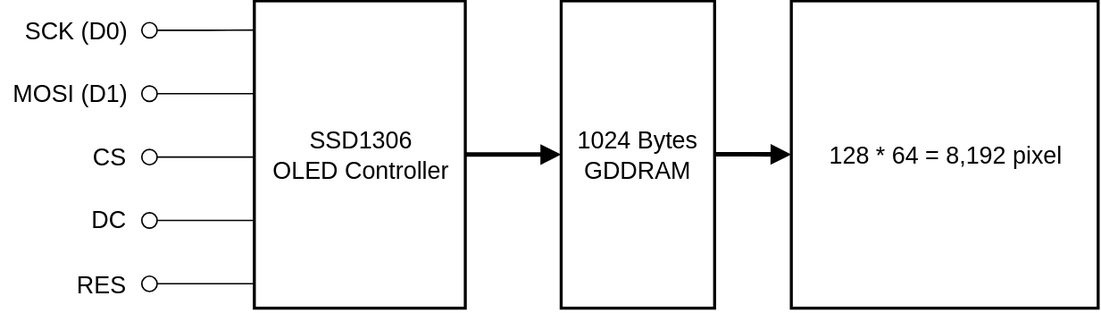
The draw.io diagram Images/SSD1306_SPI_Interface.svg in 016Rusneeda/Week-09-SPI-OLED-and-Kestrel-UI, before a commit. Source tidied: cells renumbered, new cells last; positions are measured from the earlier drawing's top-left corner, leaving out a move shared by most shapes.
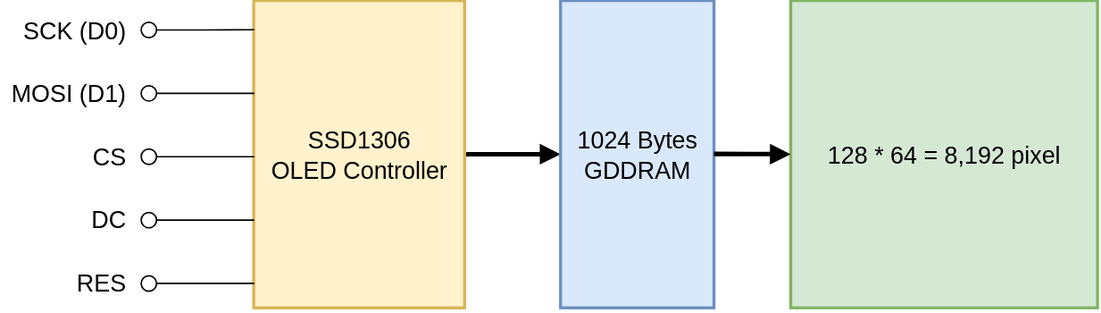
The same file after the commit.

The edit, as a diff of the source:
```diff
@@ -2,81 +2,78 @@
   <root>
     <mxCell id="0" />
     <mxCell id="1" parent="0" />
-    <mxCell id="2" style="group;" parent="1" vertex="1">
-      <mxGeometry x="10" y="-0.2" width="722.5" height="207.2" as="geometry" />
-    </mxCell>
-    <mxCell id="3" style="edgeStyle=orthogonalEdgeStyle;rounded=0;jettySize=auto;html=1;exitX=1;exitY=0.5;exitDx=0;exitDy=0;entryX=0;entryY=0.5;entryDx=0;entryDy=0;strokeWidth=3;endArrow=block;endFill=1;fontSize=16;" parent="2" edge="1" source="4" target="20">
+    <mxCell id="3" style="edgeStyle=orthogonalEdgeStyle;rounded=0;jettySize=auto;html=1;exitX=1;exitY=0.5;exitDx=0;exitDy=0;entryX=0;entryY=0.5;entryDx=0;entryDy=0;strokeWidth=3;endArrow=block;endFill=1;fontSize=16;" parent="1" edge="1" source="4" target="20">
       <mxGeometry relative="1" as="geometry" />
     </mxCell>
-    <mxCell id="4" value="&lt;div&gt;SSD1306 &lt;br&gt;OLED Controller&lt;/div&gt;" style="whiteSpace=wrap;html=1;strokeWidth=2;fontSize=16;" parent="2" vertex="1">
-      <mxGeometry x="159.9" width="140.7" height="204.6" as="geometry" />
+    <mxCell id="4" value="&lt;div&gt;SSD1306 &lt;br&gt;OLED Controller&lt;/div&gt;" style="whiteSpace=wrap;html=1;strokeWidth=2;fontSize=16;fillColor=#fff2cc;strokeColor=#d6b656;" parent="1" vertex="1">
+      <mxGeometry x="169.9" y="-0.2" width="140.7" height="204.6" as="geometry" />
     </mxCell>
-    <mxCell id="5" value="MOSI (D1)" style="text;html=1;whiteSpace=wrap;strokeColor=none;fillColor=none;align=right;verticalAlign=middle;rounded=0;fontSize=16;" parent="2" vertex="1">
-      <mxGeometry x="-10" y="42.2" width="86.7" height="38.4" as="geometry" />
+    <mxCell id="5" value="MOSI (D1)" style="text;html=1;whiteSpace=wrap;strokeColor=none;fillColor=none;align=right;verticalAlign=middle;rounded=0;fontSize=16;" parent="1" vertex="1">
+      <mxGeometry y="42" width="86.7" height="38.4" as="geometry" />
     </mxCell>
-    <mxCell id="6" value="SCK (D0)" style="text;html=1;whiteSpace=wrap;strokeColor=none;fillColor=none;align=right;verticalAlign=middle;rounded=0;fontSize=16;" parent="2" vertex="1">
-      <mxGeometry width="76.7" height="38.4" as="geometry" />
+    <mxCell id="6" value="SCK (D0)" style="text;html=1;whiteSpace=wrap;strokeColor=none;fillColor=none;align=right;verticalAlign=middle;rounded=0;fontSize=16;" parent="1" vertex="1">
+      <mxGeometry x="10" y="-0.2" width="76.7" height="38.4" as="geometry" />
     </mxCell>
-    <mxCell id="7" value="CS" style="text;html=1;whiteSpace=wrap;strokeColor=none;fillColor=none;align=right;verticalAlign=middle;rounded=0;fontSize=16;" parent="2" vertex="1">
-      <mxGeometry x="38.4" y="84.4" width="38.4" height="38.4" as="geometry" />
+    <mxCell id="7" value="CS" style="text;html=1;whiteSpace=wrap;strokeColor=none;fillColor=none;align=right;verticalAlign=middle;rounded=0;fontSize=16;" parent="1" vertex="1">
+      <mxGeometry x="48.4" y="84.2" width="38.4" height="38.4" as="geometry" />
     </mxCell>
-    <mxCell id="8" value="DC" style="text;html=1;whiteSpace=wrap;strokeColor=none;fillColor=none;align=right;verticalAlign=middle;rounded=0;fontSize=16;" parent="2" vertex="1">
-      <mxGeometry x="38.4" y="126.6" width="38.4" height="38.4" as="geometry" />
+    <mxCell id="8" value="DC" style="text;html=1;whiteSpace=wrap;strokeColor=none;fillColor=none;align=right;verticalAlign=middle;rounded=0;fontSize=16;" parent="1" vertex="1">
+      <mxGeometry x="48.4" y="126.4" width="38.4" height="38.4" as="geometry" />
     </mxCell>
-    <mxCell id="9" value="RES" style="text;html=1;whiteSpace=wrap;strokeColor=none;fillColor=none;align=right;verticalAlign=middle;rounded=0;fontSize=16;" parent="2" vertex="1">
-      <mxGeometry x="38.4" y="168.8" width="38.4" height="38.4" as="geometry" />
+    <mxCell id="9" value="RES" style="text;html=1;whiteSpace=wrap;strokeColor=none;fillColor=none;align=right;verticalAlign=middle;rounded=0;fontSize=16;" parent="1" vertex="1">
+      <mxGeometry x="48.4" y="168.6" width="38.4" height="38.4" as="geometry" />
     </mxCell>
-    <mxCell id="10" style="verticalLabelPosition=bottom;shadow=0;dashed=0;align=center;html=1;verticalAlign=top;shape=mxgraph.electrical.logic_gates.inverting_contact;flipV=1;legacyAnchorPoints=0;fontSize=16;" parent="2" vertex="1">
-      <mxGeometry x="83.1" y="12.8" width="12.8" height="12.8" as="geometry" />
+    <mxCell id="10" style="verticalLabelPosition=bottom;shadow=0;dashed=0;align=center;html=1;verticalAlign=top;shape=mxgraph.electrical.logic_gates.inverting_contact;flipV=1;legacyAnchorPoints=0;fontSize=16;" parent="1" vertex="1">
+      <mxGeometry x="93.1" y="12.6" width="12.8" height="12.8" as="geometry" />
     </mxCell>
-    <mxCell id="11" style="verticalLabelPosition=bottom;shadow=0;dashed=0;align=center;html=1;verticalAlign=top;shape=mxgraph.electrical.logic_gates.inverting_contact;flipV=1;legacyAnchorPoints=0;fontSize=16;" parent="2" vertex="1">
-      <mxGeometry x="83.1" y="55" width="12.8" height="12.8" as="geometry" />
+    <mxCell id="11" style="verticalLabelPosition=bottom;shadow=0;dashed=0;align=center;html=1;verticalAlign=top;shape=mxgraph.electrical.logic_gates.inverting_contact;flipV=1;legacyAnchorPoints=0;fontSize=16;" parent="1" vertex="1">
+      <mxGeometry x="93.1" y="54.8" width="12.8" height="12.8" as="geometry" />
     </mxCell>
-    <mxCell id="12" style="verticalLabelPosition=bottom;shadow=0;dashed=0;align=center;html=1;verticalAlign=top;shape=mxgraph.electrical.logic_gates.inverting_contact;flipV=1;legacyAnchorPoints=0;fontSize=16;" parent="2" vertex="1">
-      <mxGeometry x="83.1" y="97.2" width="12.8" height="12.8" as="geometry" />
+    <mxCell id="12" style="verticalLabelPosition=bottom;shadow=0;dashed=0;align=center;html=1;verticalAlign=top;shape=mxgraph.electrical.logic_gates.inverting_contact;flipV=1;legacyAnchorPoints=0;fontSize=16;" parent="1" vertex="1">
+      <mxGeometry x="93.1" y="97" width="12.8" height="12.8" as="geometry" />
     </mxCell>
-    <mxCell id="13" style="verticalLabelPosition=bottom;shadow=0;dashed=0;align=center;html=1;verticalAlign=top;shape=mxgraph.electrical.logic_gates.inverting_contact;flipV=1;legacyAnchorPoints=0;fontSize=16;" parent="2" vertex="1">
-      <mxGeometry x="83.1" y="139.4" width="12.8" height="12.8" as="geometry" />
+    <mxCell id="13" style="verticalLabelPosition=bottom;shadow=0;dashed=0;align=center;html=1;verticalAlign=top;shape=mxgraph.electrical.logic_gates.inverting_contact;flipV=1;legacyAnchorPoints=0;fontSize=16;" parent="1" vertex="1">
+      <mxGeometry x="93.1" y="139.2" width="12.8" height="12.8" as="geometry" />
     </mxCell>
-    <mxCell id="14" style="verticalLabelPosition=bottom;shadow=0;dashed=0;align=center;html=1;verticalAlign=top;shape=mxgraph.electrical.logic_gates.inverting_contact;flipV=1;legacyAnchorPoints=0;fontSize=16;" parent="2" vertex="1">
-      <mxGeometry x="83.1" y="181.6" width="12.8" height="12.8" as="geometry" />
+    <mxCell id="14" style="verticalLabelPosition=bottom;shadow=0;dashed=0;align=center;html=1;verticalAlign=top;shape=mxgraph.electrical.logic_gates.inverting_contact;flipV=1;legacyAnchorPoints=0;fontSize=16;" parent="1" vertex="1">
+      <mxGeometry x="93.1" y="181.4" width="12.8" height="12.8" as="geometry" />
     </mxCell>
-    <mxCell id="15" style="edgeStyle=orthogonalEdgeStyle;rounded=0;jettySize=auto;html=1;exitX=0.9;exitY=0.5;exitDx=0;exitDy=0;exitPerimeter=0;entryX=0;entryY=0.093;entryDx=0;entryDy=0;entryPerimeter=0;endArrow=none;endFill=0;fontSize=16;" parent="2" edge="1" source="10" target="4">
+    <mxCell id="15" style="edgeStyle=orthogonalEdgeStyle;rounded=0;jettySize=auto;html=1;exitX=0.9;exitY=0.5;exitDx=0;exitDy=0;exitPerimeter=0;entryX=0;entryY=0.093;entryDx=0;entryDy=0;entryPerimeter=0;endArrow=none;endFill=0;fontSize=16;" parent="1" edge="1" source="10" target="4">
       <mxGeometry relative="1" as="geometry" />
     </mxCell>
-    <mxCell id="16" style="edgeStyle=orthogonalEdgeStyle;rounded=0;orthogonalLoop=1;jettySize=auto;html=1;exitX=0.9;exitY=0.5;exitDx=0;exitDy=0;exitPerimeter=0;entryX=0;entryY=0.093;entryDx=0;entryDy=0;entryPerimeter=0;endArrow=none;endFill=0;fontSize=16;" parent="2" edge="1">
+    <mxCell id="16" style="edgeStyle=orthogonalEdgeStyle;rounded=0;orthogonalLoop=1;jettySize=auto;html=1;exitX=0.9;exitY=0.5;exitDx=0;exitDy=0;exitPerimeter=0;entryX=0;entryY=0.093;entryDx=0;entryDy=0;entryPerimeter=0;endArrow=none;endFill=0;fontSize=16;" parent="1" edge="1">
       <mxGeometry relative="1" as="geometry">
-        <mxPoint x="94.6" y="61.4" as="sourcePoint" />
-        <mxPoint x="159.9" y="61.4" as="targetPoint" />
+        <mxPoint x="104.6" y="61.2" as="sourcePoint" />
+        <mxPoint x="169.9" y="61.2" as="targetPoint" />
       </mxGeometry>
     </mxCell>
-    <mxCell id="17" style="edgeStyle=orthogonalEdgeStyle;rounded=0;orthogonalLoop=1;jettySize=auto;html=1;exitX=0.9;exitY=0.5;exitDx=0;exitDy=0;exitPerimeter=0;entryX=0;entryY=0.093;entryDx=0;entryDy=0;entryPerimeter=0;endArrow=none;endFill=0;fontSize=16;" parent="2" edge="1">
+    <mxCell id="17" style="edgeStyle=orthogonalEdgeStyle;rounded=0;orthogonalLoop=1;jettySize=auto;html=1;exitX=0.9;exitY=0.5;exitDx=0;exitDy=0;exitPerimeter=0;entryX=0;entryY=0.093;entryDx=0;entryDy=0;entryPerimeter=0;endArrow=none;endFill=0;fontSize=16;" parent="1" edge="1">
       <mxGeometry relative="1" as="geometry">
-        <mxPoint x="94.6" y="103.6" as="sourcePoint" />
-        <mxPoint x="159.9" y="103.6" as="targetPoint" />
+        <mxPoint x="104.6" y="103.4" as="sourcePoint" />
+        <mxPoint x="169.9" y="103.4" as="targetPoint" />
       </mxGeometry>
     </mxCell>
-    <mxCell id="18" style="edgeStyle=orthogonalEdgeStyle;rounded=0;orthogonalLoop=1;jettySize=auto;html=1;exitX=0.9;exitY=0.5;exitDx=0;exitDy=0;exitPerimeter=0;entryX=0;entryY=0.093;entryDx=0;entryDy=0;entryPerimeter=0;endArrow=none;endFill=0;fontSize=16;" parent="2" edge="1">
+    <mxCell id="18" style="edgeStyle=orthogonalEdgeStyle;rounded=0;orthogonalLoop=1;jettySize=auto;html=1;exitX=0.9;exitY=0.5;exitDx=0;exitDy=0;exitPerimeter=0;entryX=0;entryY=0.093;entryDx=0;entryDy=0;entryPerimeter=0;endArrow=none;endFill=0;fontSize=16;" parent="1" edge="1">
       <mxGeometry relative="1" as="geometry">
-        <mxPoint x="94.6" y="145.8" as="sourcePoint" />
-        <mxPoint x="159.9" y="145.8" as="targetPoint" />
+        <mxPoint x="104.6" y="145.6" as="sourcePoint" />
+        <mxPoint x="169.9" y="145.6" as="targetPoint" />
       </mxGeometry>
     </mxCell>
-    <mxCell id="19" style="edgeStyle=orthogonalEdgeStyle;rounded=0;orthogonalLoop=1;jettySize=auto;html=1;exitX=0.9;exitY=0.5;exitDx=0;exitDy=0;exitPerimeter=0;entryX=0;entryY=0.093;entryDx=0;entryDy=0;entryPerimeter=0;endArrow=none;endFill=0;fontSize=16;" parent="2" edge="1">
+    <mxCell id="19" style="edgeStyle=orthogonalEdgeStyle;rounded=0;orthogonalLoop=1;jettySize=auto;html=1;exitX=0.9;exitY=0.5;exitDx=0;exitDy=0;exitPerimeter=0;entryX=0;entryY=0.093;entryDx=0;entryDy=0;entryPerimeter=0;endArrow=none;endFill=0;fontSize=16;" parent="1" edge="1">
       <mxGeometry relative="1" as="geometry">
-        <mxPoint x="94.6" y="187.9" as="sourcePoint" />
-        <mxPoint x="159.9" y="187.9" as="targetPoint" />
+        <mxPoint x="104.6" y="187.7" as="sourcePoint" />
+        <mxPoint x="169.9" y="187.7" as="targetPoint" />
       </mxGeometry>
     </mxCell>
-    <mxCell id="20" value="&lt;div&gt;1024 Bytes &lt;br&gt;GDDRAM&lt;/div&gt;" style="whiteSpace=wrap;html=1;strokeWidth=2;fontSize=16;" parent="2" vertex="1">
-      <mxGeometry x="364.5" width="102.3" height="204.6" as="geometry" />
+    <mxCell id="20" value="&lt;div&gt;1024 Bytes &lt;br&gt;GDDRAM&lt;/div&gt;" style="whiteSpace=wrap;html=1;strokeWidth=2;fontSize=16;fillColor=#dae8fc;strokeColor=#6c8ebf;" parent="1" vertex="1">
+      <mxGeometry x="374.5" y="-0.2" width="102.3" height="204.6" as="geometry" />
     </mxCell>
-    <mxCell id="21" value="&lt;div&gt;&lt;span style=&quot;background-color: transparent; color: light-dark(rgb(0, 0, 0), rgb(255, 255, 255));&quot;&gt;128 * 64 =&amp;nbsp;&lt;/span&gt;&lt;span style=&quot;background-color: transparent; color: light-dark(rgb(0, 0, 0), rgb(255, 255, 255));&quot;&gt;8,192&amp;nbsp;&lt;/span&gt;&lt;span style=&quot;background-color: transparent; color: light-dark(rgb(0, 0, 0), rgb(255, 255, 255));&quot;&gt;pixel&lt;/span&gt;&lt;/div&gt;" style="whiteSpace=wrap;html=1;strokeWidth=2;fontSize=16;" parent="2" vertex="1">
-      <mxGeometry x="517.9" width="204.6" height="204.6" as="geometry" />
+    <mxCell id="21" value="&lt;div&gt;&lt;span style=&quot;background-color: transparent; color: light-dark(rgb(0, 0, 0), rgb(255, 255, 255));&quot;&gt;128 * 64 =&amp;nbsp;&lt;/span&gt;&lt;span style=&quot;background-color: transparent; color: light-dark(rgb(0, 0, 0), rgb(255, 255, 255));&quot;&gt;8,192&amp;nbsp;&lt;/span&gt;&lt;span style=&quot;background-color: transparent; color: light-dark(rgb(0, 0, 0), rgb(255, 255, 255));&quot;&gt;pixel&lt;/span&gt;&lt;/div&gt;" style="whiteSpace=wrap;html=1;strokeWidth=2;fontSize=16;fillColor=#d5e8d4;strokeColor=#82b366;" parent="1" vertex="1">
+      <mxGeometry x="527.9" y="-0.2" width="204.6" height="204.6" as="geometry" />
     </mxCell>
-    <mxCell id="22" style="edgeStyle=orthogonalEdgeStyle;rounded=0;jettySize=auto;html=1;exitX=1;exitY=0.5;exitDx=0;exitDy=0;entryX=0;entryY=0.5;entryDx=0;entryDy=0;strokeWidth=3;endArrow=block;endFill=1;fontSize=16;" parent="2" edge="1" target="21">
+    <mxCell id="22" style="edgeStyle=orthogonalEdgeStyle;rounded=0;jettySize=auto;html=1;exitX=1;exitY=0.5;exitDx=0;exitDy=0;entryX=0;entryY=0.5;entryDx=0;entryDy=0;strokeWidth=3;endArrow=block;endFill=1;fontSize=16;" parent="1" edge="1" target="21">
       <mxGeometry relative="1" as="geometry">
-        <mxPoint x="466.8" y="102.1" as="sourcePoint" />
+        <mxPoint x="476.8" y="102" as="sourcePoint" />
       </mxGeometry>
     </mxCell>
   </root>
```
